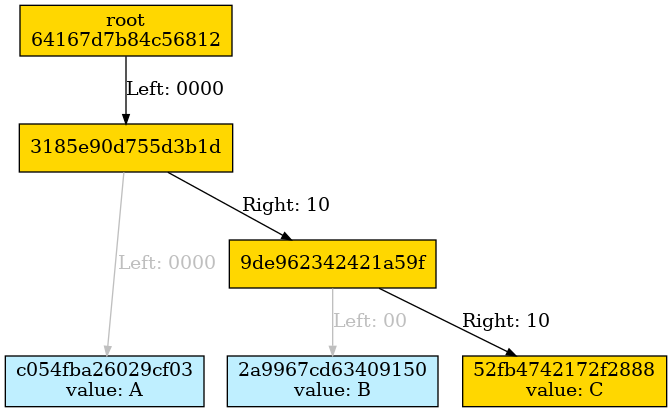
Above: docs/merkle_tree/merge/merge_left_proof.dot.png in juicebox-systems/juicebox-hsm-realm (Graphviz), before the change. Its source is kept beside it as docs/merkle_tree/merge/merge_left_proof.dot.
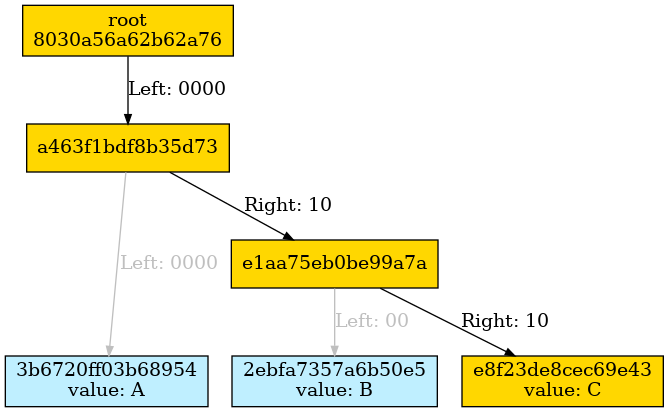
Above is the later version.

Diff of the diagram source:
```diff
@@ -1,38 +1,38 @@
 Digraph merkletree {
 
-h64167d7b84c56812 -> h3185e90d755d3b1d [arrowsize=0.7 color=black fontcolor=black label="Left: 0000\l" nojustify=true ];
-h3185e90d755d3b1d -> hc054fba26029cf03 [arrowsize=0.7 color=gray75 fontcolor=gray75 label="Left: 0000" nojustify=true ];
-h3185e90d755d3b1d -> h9de962342421a59f [arrowsize=0.7 color=black fontcolor=black label="Right: 10\l" nojustify=true ];
-h9de962342421a59f -> h2a9967cd63409150 [arrowsize=0.7 color=gray75 fontcolor=gray75 label="Left: 00" nojustify=true ];
-h9de962342421a59f -> h52fb4742172f2888 [arrowsize=0.7 color=black fontcolor=black label="Right: 10" nojustify=true ];
+h8030a56a62b62a76 -> ha463f1bdf8b35d73 [arrowsize=0.7 color=black fontcolor=black label="Left: 0000" nojustify=true ];
+ha463f1bdf8b35d73 -> h3b6720ff03b68954 [arrowsize=0.7 color=gray75 fontcolor=gray75 label="Left: 0000" nojustify=true ];
+ha463f1bdf8b35d73 -> he1aa75eb0be99a7a [arrowsize=0.7 color=black fontcolor=black label="Right: 10" nojustify=true ];
+he1aa75eb0be99a7a -> h2ebfa7357a6b50e5 [arrowsize=0.7 color=gray75 fontcolor=gray75 label="Left: 00" nojustify=true ];
+he1aa75eb0be99a7a -> he8f23de8cec69e43 [arrowsize=0.7 color=black fontcolor=black label="Right: 10" nojustify=true ];
 
 Subgraph depth_0 {
 rank=same
 
-h64167d7b84c56812 [fillcolor=gold1 label="root\n64167d7b84c56812" ordering=out shape=box style=filled ];
+h8030a56a62b62a76 [fillcolor=gold1 label="root\n8030a56a62b62a76" ordering=out shape=box style=filled ];
 }
 
 
 Subgraph depth_4 {
 rank=same
 
-h3185e90d755d3b1d [fillcolor=gold1 label="3185e90d755d3b1d" ordering=out shape=box style=filled ];
+ha463f1bdf8b35d73 [fillcolor=gold1 label="a463f1bdf8b35d73" ordering=out shape=box style=filled ];
 }
 
 
 Subgraph depth_256 {
 rank=same
 
-hc054fba26029cf03 [fillcolor=lightblue1 label="c054fba26029cf03\nvalue: A" ordering=out shape=box style=filled ];
-h2a9967cd63409150 [fillcolor=lightblue1 label="2a9967cd63409150\nvalue: B" ordering=out shape=box style=filled ];
-h52fb4742172f2888 [fillcolor=gold1 label="52fb4742172f2888\nvalue: C" ordering=out shape=box style=filled ];
+h3b6720ff03b68954 [fillcolor=lightblue1 label="3b6720ff03b68954\nvalue: A" ordering=out shape=box style=filled ];
+h2ebfa7357a6b50e5 [fillcolor=lightblue1 label="2ebfa7357a6b50e5\nvalue: B" ordering=out shape=box style=filled ];
+he8f23de8cec69e43 [fillcolor=gold1 label="e8f23de8cec69e43\nvalue: C" ordering=out shape=box style=filled ];
 }
 
 
 Subgraph depth_6 {
 rank=same
 
-h9de962342421a59f [fillcolor=gold1 label="9de962342421a59f" ordering=out shape=box style=filled ];
+he1aa75eb0be99a7a [fillcolor=gold1 label="e1aa75eb0be99a7a" ordering=out shape=box style=filled ];
 }
 
 }
```
